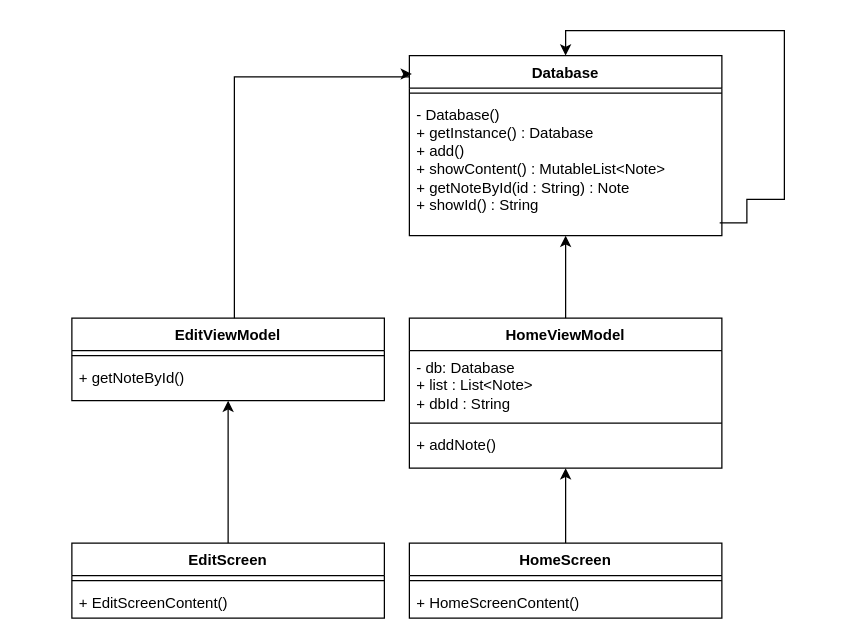
tireks/OOAP keeps this draw.io diagram as Sem2Lab1/Sem2lab1SINGLETON.drawio. Above is the earlier version. Source tidied: cells renumbered, new cells numbered last; positions are measured from the earlier drawing's top-left corner, leaving out a move shared by most shapes. Both pictures are drawn from the tidied source at 125%, with x=0, y=0 at pixel (71, 30).
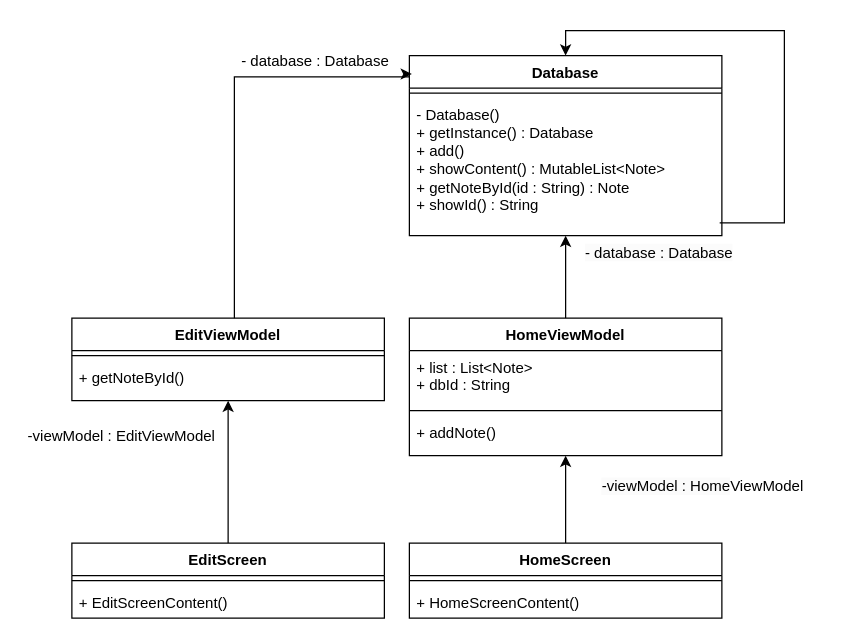
The same diagram, later.

Unchanged cells that the change refers to:
```xml
<mxCell id="2" value="Database" style="swimlane;fontStyle=1;align=center;verticalAlign=top;horizontal=1;startSize=26;whiteSpace=wrap;html=1;" parent="1" vertex="1">
  <mxGeometry x="270" y="20" width="250" height="144" as="geometry" />
</mxCell>
<mxCell id="4" value="- Database()&lt;br&gt;+ getInstance() : Database&lt;br&gt;+ add()&lt;br&gt;+ showContent() : MutableList&amp;lt;Note&amp;gt;&lt;br&gt;+ getNoteById(id : String) : Note&lt;br&gt;+ showId() : String" style="text;strokeColor=none;fillColor=none;align=left;verticalAlign=top;spacingLeft=4;spacingRight=4;overflow=hidden;points=[[0,0.5],[1,0.5]];portConstraint=eastwest;whiteSpace=wrap;html=1;" parent="2" vertex="1">
  <mxGeometry y="34" width="250" height="110" as="geometry" />
</mxCell>
<mxCell id="15" value="EditViewModel" style="swimlane;fontStyle=1;align=center;verticalAlign=top;horizontal=1;startSize=26;whiteSpace=wrap;html=1;" parent="1" vertex="1">
  <mxGeometry y="230" width="250" height="66" as="geometry" />
</mxCell>
<mxCell id="19" value="EditScreen" style="swimlane;fontStyle=1;align=center;verticalAlign=top;horizontal=1;startSize=26;whiteSpace=wrap;html=1;" parent="1" vertex="1">
  <mxGeometry y="410" width="250" height="60" as="geometry" />
</mxCell>
```

Change to the diagram source:
```diff
@@
     <mxCell id="5" style="edgeStyle=orthogonalEdgeStyle;rounded=0;jettySize=auto;html=1;entryX=0.5;entryY=0;entryDx=0;entryDy=0;exitX=0.993;exitY=0.907;exitDx=0;exitDy=0;exitPerimeter=0;" parent="2" edge="1" source="4" target="2">
       <mxGeometry relative="1" as="geometry">
         <Array as="points">
-          <mxPoint x="270" y="134" />
-          <mxPoint x="270" y="115" />
-          <mxPoint x="300" y="115" />
+          <mxPoint x="300" y="134" />
           <mxPoint x="300" y="-20" />
           <mxPoint x="125" y="-20" />
         </Array>
       </mxGeometry>
     </mxCell>
@@
     <mxCell id="7" value="HomeViewModel" style="swimlane;fontStyle=1;align=center;verticalAlign=top;horizontal=1;startSize=26;whiteSpace=wrap;html=1;" parent="1" vertex="1">
-      <mxGeometry x="270" y="230" width="250" height="120" as="geometry" />
+      <mxGeometry x="270" y="230" width="250" height="110" as="geometry" />
     </mxCell>
-    <mxCell id="8" value="- db: Database&lt;br&gt;+ list : List&amp;lt;Note&amp;gt;&lt;br&gt;+ dbId : String" style="text;strokeColor=none;fillColor=none;align=left;verticalAlign=top;spacingLeft=4;spacingRight=4;overflow=hidden;whiteSpace=wrap;html=1;" parent="7" vertex="1">
-      <mxGeometry y="26" width="250" height="54" as="geometry" />
+    <mxCell id="8" value="+ list : List&amp;lt;Note&amp;gt;&lt;br&gt;+ dbId : String" style="text;strokeColor=none;fillColor=none;align=left;verticalAlign=top;spacingLeft=4;spacingRight=4;overflow=hidden;whiteSpace=wrap;html=1;" parent="7" vertex="1">
+      <mxGeometry y="26" width="250" height="44" as="geometry" />
     </mxCell>
     <mxCell id="9" style="line;strokeWidth=1;fillColor=none;align=left;verticalAlign=middle;spacingTop=-1;spacingLeft=3;spacingRight=3;labelPosition=right;strokeColor=inherit;" parent="7" vertex="1">
-      <mxGeometry y="80" width="250" height="8" as="geometry" />
+      <mxGeometry y="70" width="250" height="8" as="geometry" />
     </mxCell>
     <mxCell id="10" value="+ addNote()" style="text;strokeColor=none;fillColor=none;align=left;verticalAlign=top;spacingLeft=4;spacingRight=4;overflow=hidden;whiteSpace=wrap;html=1;" parent="7" vertex="1">
-      <mxGeometry y="88" width="250" height="32" as="geometry" />
+      <mxGeometry y="78" width="250" height="32" as="geometry" />
     </mxCell>
@@
-    <mxCell id="18" style="edgeStyle=orthogonalEdgeStyle;rounded=0;jettySize=auto;html=1;" parent="1" edge="1" source="19" target="15">
-      <mxGeometry relative="1" as="geometry" />
+    <mxCell id="18" value="&lt;div&gt;&lt;span style=&quot;color: rgb(0, 0, 0); font-family: Helvetica; font-size: 12px; font-style: normal; font-variant-ligatures: normal; font-variant-caps: normal; font-weight: 400; letter-spacing: normal; orphans: 2; text-align: center; text-indent: 0px; text-transform: none; widows: 2; word-spacing: 0px; -webkit-text-stroke-width: 0px; white-space: normal; background-color: rgb(251, 251, 251); text-decoration-thickness: initial; text-decoration-style: initial; text-decoration-color: initial; display: inline !important; float: none;&quot;&gt;&lt;br&gt;&lt;/span&gt;&lt;/div&gt;" style="edgeStyle=orthogonalEdgeStyle;rounded=0;jettySize=auto;html=1;" parent="1" edge="1" source="19" target="15">
+      <mxGeometry x="0.23" y="115" relative="1" as="geometry" />
     </mxCell>
@@
+    <mxCell id="23" value="- database : Database" style="text;html=1;align=center;verticalAlign=middle;whiteSpace=wrap;rounded=0;" parent="1" vertex="1">
+      <mxGeometry x="130" y="10" width="130" height="30" as="geometry" />
+    </mxCell>
+    <mxCell id="24" value="-viewModel : EditViewModel" style="text;html=1;align=center;verticalAlign=middle;whiteSpace=wrap;rounded=0;" parent="1" vertex="1">
+      <mxGeometry x="-40" y="310" width="160" height="30" as="geometry" />
+    </mxCell>
+    <mxCell id="25" value="&#10;&lt;span style=&quot;color: rgb(0, 0, 0); font-family: Helvetica; font-size: 12px; font-style: normal; font-variant-ligatures: normal; font-variant-caps: normal; font-weight: 400; letter-spacing: normal; orphans: 2; text-align: center; text-indent: 0px; text-transform: none; widows: 2; word-spacing: 0px; -webkit-text-stroke-width: 0px; white-space: normal; background-color: rgb(251, 251, 251); text-decoration-thickness: initial; text-decoration-style: initial; text-decoration-color: initial; display: inline !important; float: none;&quot;&gt;- database : Database&lt;/span&gt;&#10;&#10;" style="text;html=1;align=center;verticalAlign=middle;whiteSpace=wrap;rounded=0;" parent="1" vertex="1">
+      <mxGeometry x="400" y="170" width="140" height="30" as="geometry" />
+    </mxCell>
+    <mxCell id="26" value="&lt;span style=&quot;color: rgb(0, 0, 0); font-family: Helvetica; font-size: 12px; font-style: normal; font-variant-ligatures: normal; font-variant-caps: normal; font-weight: 400; letter-spacing: normal; orphans: 2; text-align: center; text-indent: 0px; text-transform: none; widows: 2; word-spacing: 0px; -webkit-text-stroke-width: 0px; white-space: normal; background-color: rgb(251, 251, 251); text-decoration-thickness: initial; text-decoration-style: initial; text-decoration-color: initial; display: inline !important; float: none;&quot;&gt;-viewModel : Home&lt;/span&gt;ViewModel" style="text;html=1;align=center;verticalAlign=middle;whiteSpace=wrap;rounded=0;" parent="1" vertex="1">
+      <mxGeometry x="400" y="350" width="210" height="30" as="geometry" />
+    </mxCell>
```
